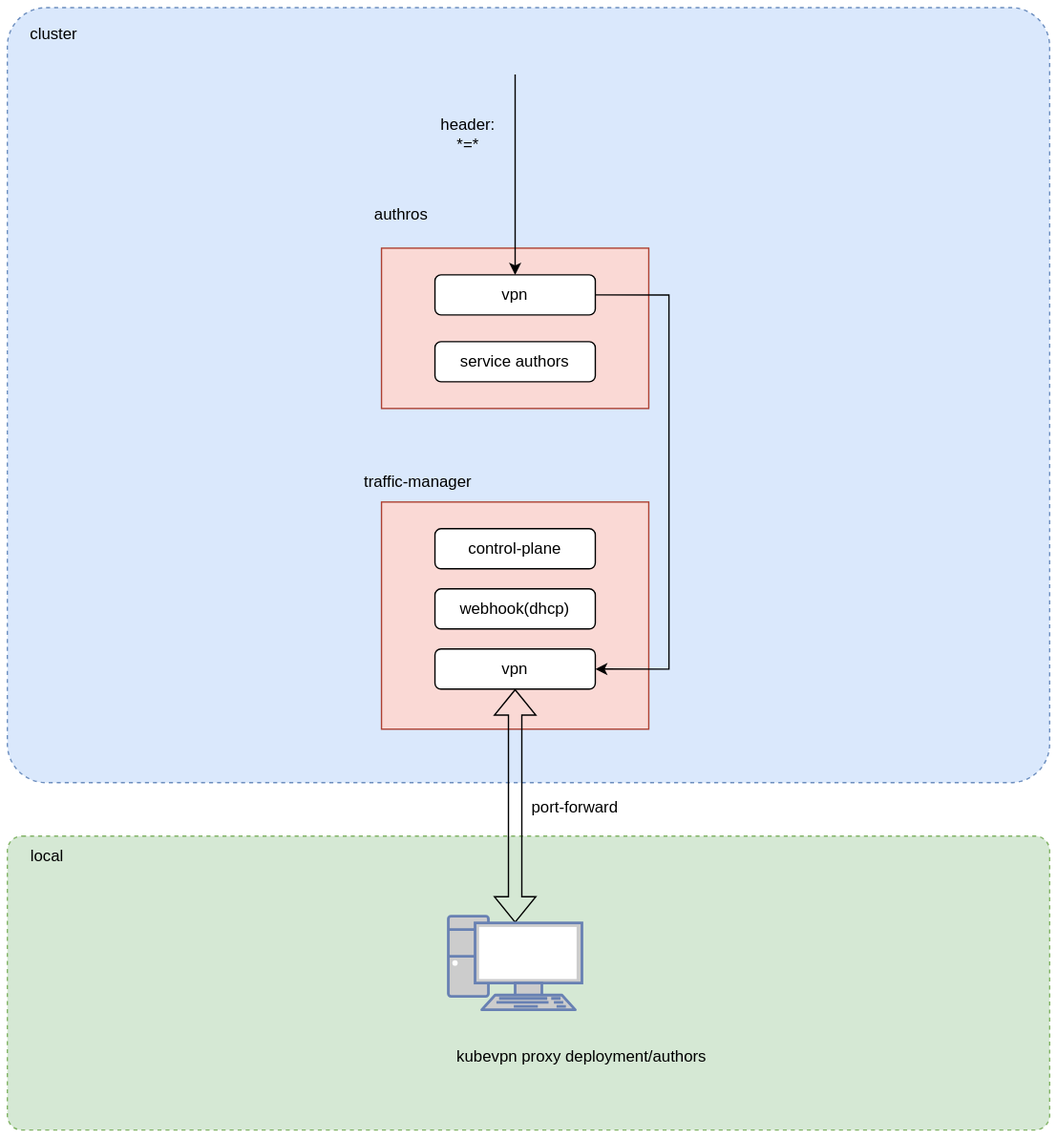
Before: docs/architecture/img/proxy.svg, a diagram exported from draw.io (kubenetworks/kubenetworks.github.io). Source tidied: cells renumbered, new cells last; positions are measured from the earlier drawing's top-left corner, leaving out a move shared by most shapes. Its diagram source:
```xml
<mxGraphModel>
  <root>
    <mxCell id="0" />
    <mxCell id="1" parent="0" />
    <mxCell id="2" style="rounded=1;whiteSpace=wrap;html=1;dashed=1;fillColor=#d5e8d4;strokeColor=#82b366;arcSize=5;" parent="1" vertex="1">
      <mxGeometry y="620" width="780" height="220" as="geometry" />
    </mxCell>
    <mxCell id="3" style="rounded=1;whiteSpace=wrap;html=1;dashed=1;fillColor=#dae8fc;strokeColor=#6c8ebf;arcSize=5;" parent="1" vertex="1">
      <mxGeometry width="780" height="580" as="geometry" />
    </mxCell>
    <mxCell id="4" style="rounded=0;whiteSpace=wrap;html=1;fillColor=#fad9d5;strokeColor=#ae4132;" parent="1" vertex="1">
      <mxGeometry x="280" y="180" width="200" height="120" as="geometry" />
    </mxCell>
    <mxCell id="5" style="rounded=0;whiteSpace=wrap;html=1;fillColor=#fad9d5;strokeColor=#ae4132;" parent="1" vertex="1">
      <mxGeometry x="280" y="370" width="200" height="170" as="geometry" />
    </mxCell>
    <mxCell id="6" value="webhook(dhcp)" style="rounded=1;whiteSpace=wrap;html=1;" parent="1" vertex="1">
      <mxGeometry x="320" y="435" width="120" height="30" as="geometry" />
    </mxCell>
    <mxCell id="7" value="vpn" style="rounded=1;whiteSpace=wrap;html=1;" parent="1" vertex="1">
      <mxGeometry x="320" y="480" width="120" height="30" as="geometry" />
    </mxCell>
    <mxCell id="8" value="control-plane" style="rounded=1;whiteSpace=wrap;html=1;" parent="1" vertex="1">
      <mxGeometry x="320" y="390" width="120" height="30" as="geometry" />
    </mxCell>
    <mxCell id="9" value="service authors" style="rounded=1;whiteSpace=wrap;html=1;" parent="1" vertex="1">
      <mxGeometry x="320" y="250" width="120" height="30" as="geometry" />
    </mxCell>
    <mxCell id="10" style="edgeStyle=orthogonalEdgeStyle;rounded=0;jettySize=auto;html=1;exitX=1;exitY=0.5;exitDx=0;exitDy=0;entryX=1;entryY=0.5;entryDx=0;entryDy=0;curved=0;" parent="1" edge="1" source="11" target="7">
      <mxGeometry relative="1" as="geometry">
        <Array as="points">
          <mxPoint x="495" y="215" />
          <mxPoint x="495" y="495" />
        </Array>
      </mxGeometry>
    </mxCell>
    <mxCell id="11" value="vpn" style="rounded=1;whiteSpace=wrap;html=1;" parent="1" vertex="1">
      <mxGeometry x="320" y="200" width="120" height="30" as="geometry" />
    </mxCell>
    <mxCell id="12" style="endArrow=classic;html=1;rounded=0;entryX=0.25;entryY=0;entryDx=0;entryDy=0;" parent="1" edge="1">
      <mxGeometry relative="1" as="geometry">
        <mxPoint x="380" y="50" as="sourcePoint" />
        <mxPoint x="380" y="200" as="targetPoint" />
      </mxGeometry>
    </mxCell>
    <mxCell id="13" value="header:&lt;div&gt;*=*&lt;/div&gt;" style="text;html=1;align=center;verticalAlign=middle;whiteSpace=wrap;rounded=0;" parent="1" vertex="1">
      <mxGeometry x="315" y="80" width="60" height="30" as="geometry" />
    </mxCell>
    <mxCell id="14" style="edgeStyle=orthogonalEdgeStyle;rounded=0;jettySize=auto;html=1;entryX=0.5;entryY=1;entryDx=0;entryDy=0;startArrow=classic;startFill=1;shape=flexArrow;exitX=0.5;exitY=0.07;exitDx=0;exitDy=0;exitPerimeter=0;" parent="1" edge="1" source="15" target="7">
      <mxGeometry relative="1" as="geometry" />
    </mxCell>
    <mxCell id="15" style="fontColor=#0066CC;verticalAlign=top;verticalLabelPosition=bottom;labelPosition=center;align=center;html=1;outlineConnect=0;fillColor=#CCCCCC;strokeColor=#6881B3;gradientColor=none;gradientDirection=north;strokeWidth=2;shape=mxgraph.networks.pc;" parent="1" vertex="1">
      <mxGeometry x="330" y="680" width="100" height="70" as="geometry" />
    </mxCell>
    <mxCell id="16" value="kubevpn proxy deployment/authors" style="text;html=1;align=center;verticalAlign=middle;whiteSpace=wrap;rounded=0;" parent="1" vertex="1">
      <mxGeometry x="330" y="770" width="200" height="30" as="geometry" />
    </mxCell>
    <mxCell id="17" value="traffic-manager" style="text;html=1;align=center;verticalAlign=middle;whiteSpace=wrap;rounded=0;" parent="1" vertex="1">
      <mxGeometry x="260" y="340" width="95" height="30" as="geometry" />
    </mxCell>
    <mxCell id="18" value="authros" style="text;html=1;align=center;verticalAlign=middle;whiteSpace=wrap;rounded=0;" parent="1" vertex="1">
      <mxGeometry x="260" y="140" width="70" height="30" as="geometry" />
    </mxCell>
    <mxCell id="19" value="cluster" style="text;html=1;align=center;verticalAlign=middle;whiteSpace=wrap;rounded=0;" parent="1" vertex="1">
      <mxGeometry x="12" y="5" width="46" height="30" as="geometry" />
    </mxCell>
    <mxCell id="20" value="local" style="text;html=1;align=center;verticalAlign=middle;whiteSpace=wrap;rounded=0;" parent="1" vertex="1">
      <mxGeometry y="620" width="60" height="30" as="geometry" />
    </mxCell>
    <mxCell id="21" value="port-forward" style="text;html=1;align=center;verticalAlign=middle;whiteSpace=wrap;rounded=0;" parent="1" vertex="1">
      <mxGeometry x="380" y="584" width="90" height="30" as="geometry" />
    </mxCell>
  </root>
</mxGraphModel>
```
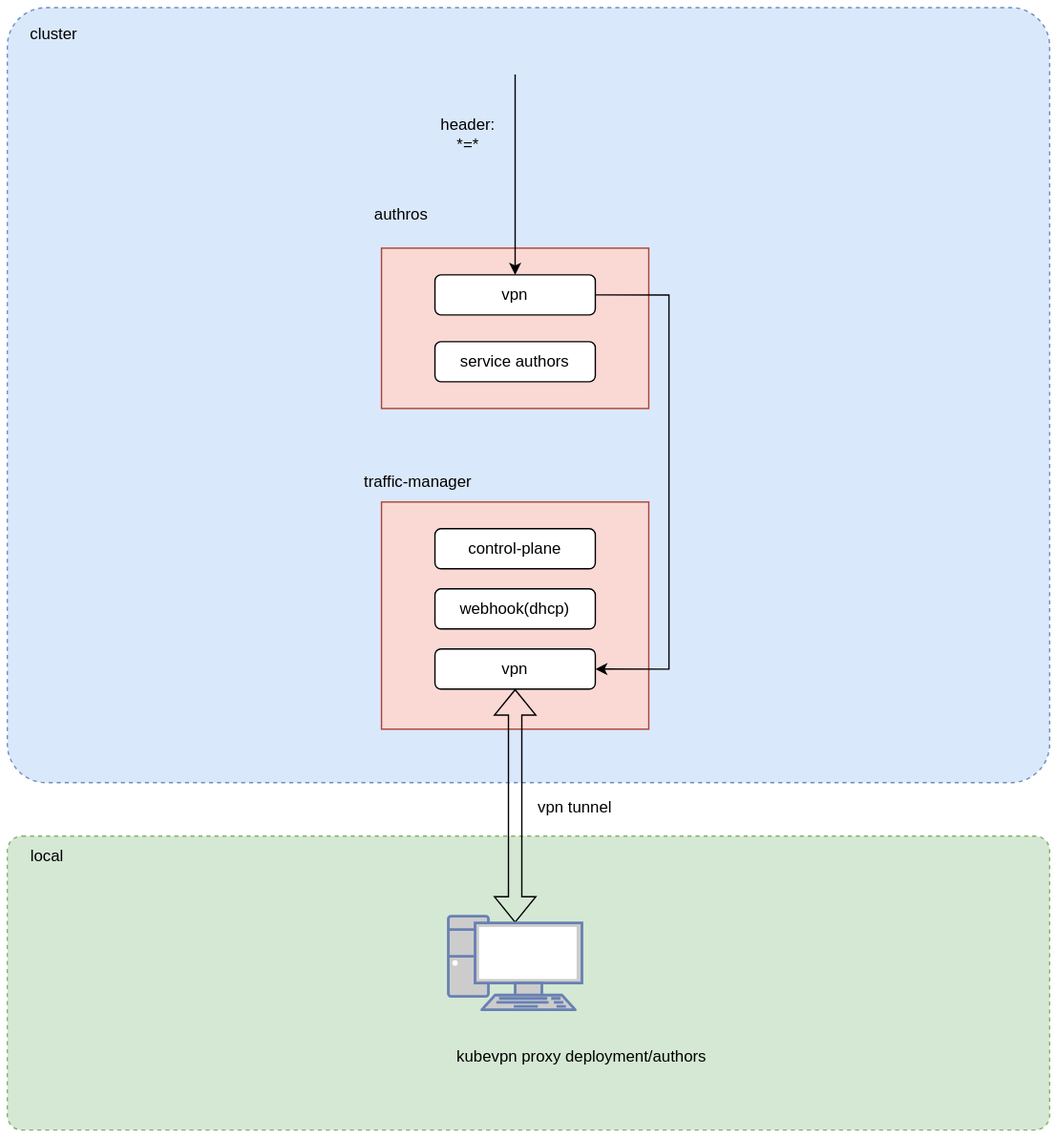
After the commit.

What changed in the source:
```diff
@@ -67,7 +67,7 @@
     <mxCell id="20" value="local" style="text;html=1;align=center;verticalAlign=middle;whiteSpace=wrap;rounded=0;" parent="1" vertex="1">
       <mxGeometry y="620" width="60" height="30" as="geometry" />
     </mxCell>
-    <mxCell id="21" value="port-forward" style="text;html=1;align=center;verticalAlign=middle;whiteSpace=wrap;rounded=0;" parent="1" vertex="1">
+    <mxCell id="21" value="vpn tunnel" style="text;html=1;align=center;verticalAlign=middle;whiteSpace=wrap;rounded=0;" parent="1" vertex="1">
       <mxGeometry x="380" y="584" width="90" height="30" as="geometry" />
     </mxCell>
   </root>
```
